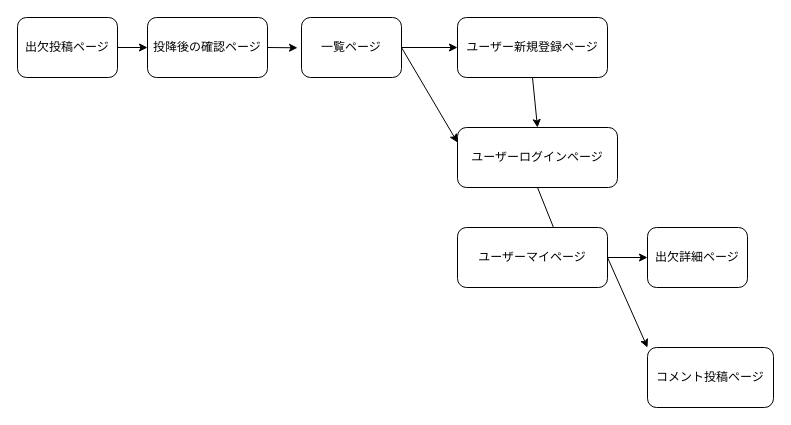
This is screen.dio from Sanaroom/easy, a draw.io file, before an edit. Source tidied: cells renumbered, new cells numbered last; positions are measured from the earlier drawing's top-left corner, leaving out a move shared by most shapes. Both pictures are drawn from the tidied source at 100%, with x=0, y=0 at pixel (17, 17).
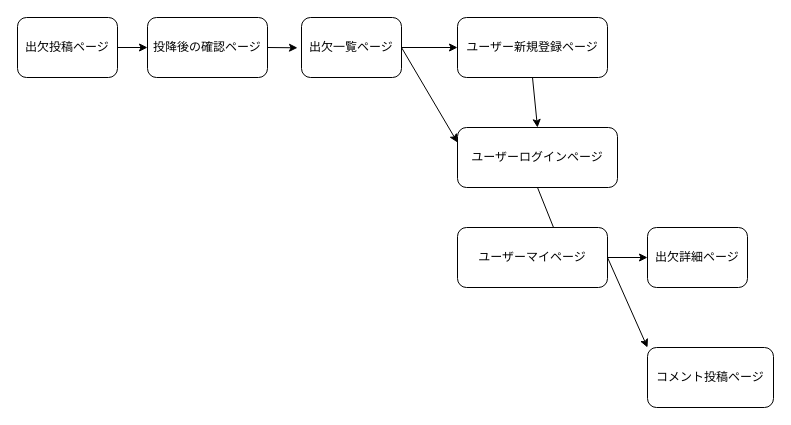
The same page after the edit.

Commit message:
画面遷移図

The edit, as a diff of the source:
```diff
@@
 <mxGraphModel>
   <root>
     <mxCell id="0" />
     <mxCell id="1" parent="0" />
     <mxCell id="2" style="edgeStyle=none;html=1;exitX=1;exitY=0.5;exitDx=0;exitDy=0;entryX=0;entryY=0.5;entryDx=0;entryDy=0;" parent="1" edge="1" source="4" target="14">
       <mxGeometry relative="1" as="geometry" />
     </mxCell>
     <mxCell id="3" style="edgeStyle=none;html=1;exitX=1;exitY=0.5;exitDx=0;exitDy=0;entryX=0;entryY=0.25;entryDx=0;entryDy=0;" parent="1" edge="1" source="4" target="12">
       <mxGeometry relative="1" as="geometry" />
     </mxCell>
-    <mxCell id="4" value="一覧ページ" style="rounded=1;whiteSpace=wrap;html=1;" parent="1" vertex="1">
+    <mxCell id="4" value="出欠一覧ページ" style="rounded=1;whiteSpace=wrap;html=1;" parent="1" vertex="1">
       <mxGeometry x="284" width="100" height="60" as="geometry" />
     </mxCell>
     <mxCell id="5" style="edgeStyle=none;html=1;exitX=1;exitY=0.5;exitDx=0;exitDy=0;entryX=0;entryY=0.5;entryDx=0;entryDy=0;" parent="1" edge="1" source="6" target="8">
       <mxGeometry relative="1" as="geometry" />
     </mxCell>
     <mxCell id="6" value="出欠投稿ページ" style="rounded=1;whiteSpace=wrap;html=1;" parent="1" vertex="1">
       <mxGeometry width="100" height="60" as="geometry" />
     </mxCell>
     <mxCell id="7" style="edgeStyle=none;html=1;exitX=1;exitY=0.5;exitDx=0;exitDy=0;" parent="1" edge="1" source="8">
       <mxGeometry relative="1" as="geometry">
         <mxPoint x="280" y="30.3" as="targetPoint" />
       </mxGeometry>
     </mxCell>
     <mxCell id="8" value="投降後の確認ページ" style="rounded=1;whiteSpace=wrap;html=1;" parent="1" vertex="1">
       <mxGeometry x="130" width="120" height="60" as="geometry" />
     </mxCell>
     <mxCell id="9" value="出欠詳細ページ" style="rounded=1;whiteSpace=wrap;html=1;" parent="1" vertex="1">
       <mxGeometry x="630" y="210" width="100" height="60" as="geometry" />
     </mxCell>
     <mxCell id="10" value="コメント投稿ページ" style="rounded=1;whiteSpace=wrap;html=1;" parent="1" vertex="1">
       <mxGeometry x="630" y="330" width="126" height="60" as="geometry" />
     </mxCell>
     <mxCell id="11" style="edgeStyle=none;html=1;exitX=0.5;exitY=1;exitDx=0;exitDy=0;entryX=0.667;entryY=0.167;entryDx=0;entryDy=0;entryPerimeter=0;" parent="1" edge="1" source="12" target="17">
       <mxGeometry relative="1" as="geometry" />
     </mxCell>
     <mxCell id="12" value="ユーザーログインページ" style="rounded=1;whiteSpace=wrap;html=1;" parent="1" vertex="1">
       <mxGeometry x="440" y="110" width="160" height="60" as="geometry" />
     </mxCell>
     <mxCell id="13" style="edgeStyle=none;html=1;exitX=0.5;exitY=1;exitDx=0;exitDy=0;entryX=0.5;entryY=0;entryDx=0;entryDy=0;" parent="1" edge="1" source="14" target="12">
       <mxGeometry relative="1" as="geometry" />
     </mxCell>
     <mxCell id="14" value="ユーザー新規登録ページ" style="rounded=1;whiteSpace=wrap;html=1;" parent="1" vertex="1">
       <mxGeometry x="440" width="150" height="60" as="geometry" />
     </mxCell>
     <mxCell id="15" style="edgeStyle=none;html=1;exitX=1;exitY=0.5;exitDx=0;exitDy=0;entryX=0;entryY=0.5;entryDx=0;entryDy=0;" parent="1" edge="1" source="17" target="9">
       <mxGeometry relative="1" as="geometry" />
     </mxCell>
     <mxCell id="16" style="edgeStyle=none;html=1;exitX=1;exitY=0.5;exitDx=0;exitDy=0;entryX=0;entryY=0;entryDx=0;entryDy=0;" parent="1" edge="1" source="17" target="10">
       <mxGeometry relative="1" as="geometry" />
     </mxCell>
     <mxCell id="17" value="ユーザーマイページ" style="rounded=1;whiteSpace=wrap;html=1;" parent="1" vertex="1">
       <mxGeometry x="440" y="210" width="150" height="60" as="geometry" />
     </mxCell>
   </root>
 </mxGraphModel>
```
